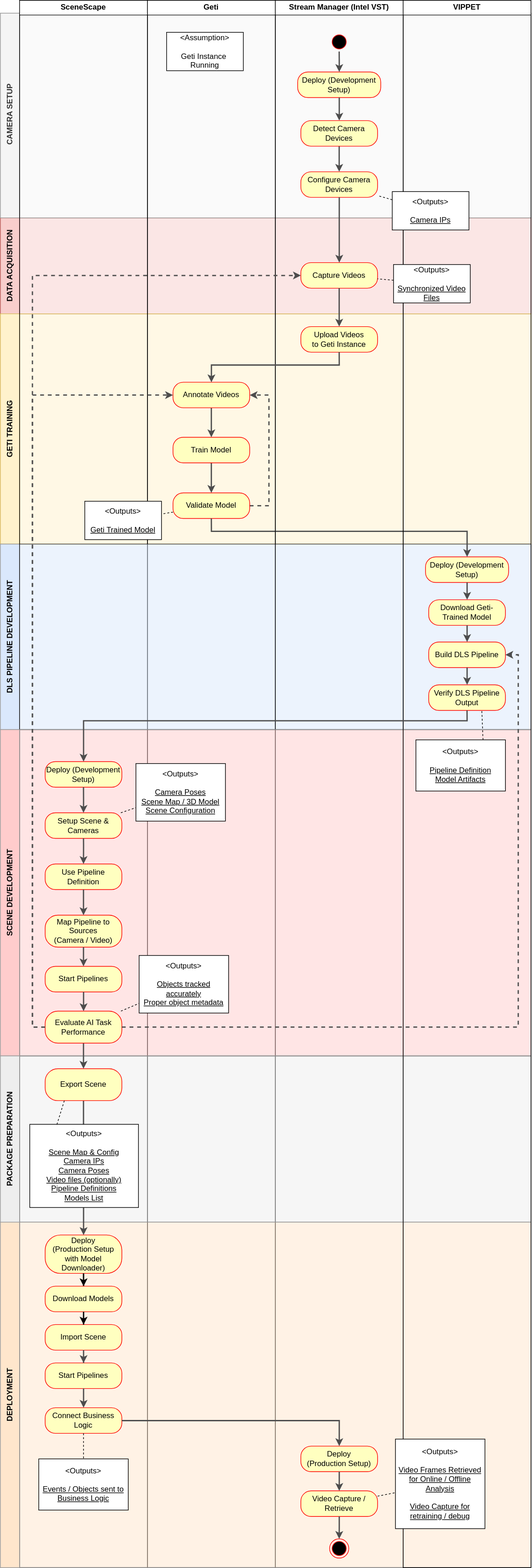
This is docs/design/assets/SceneScape_MLOps-Process_Model.drawio.svg from open-edge-platform/scenescape, a draw.io export, as it was before one commit. Source tidied: cells renumbered, new cells last; positions are measured from the earlier drawing's top-left corner, leaving out a move shared by most shapes.
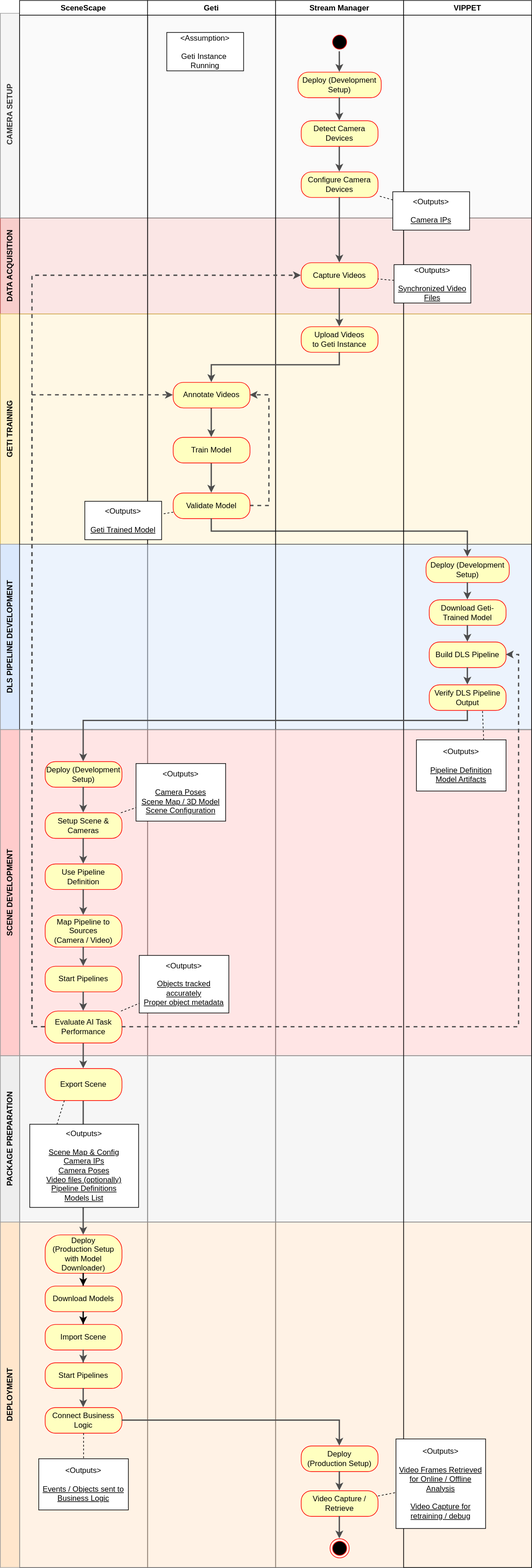
After the change.

Commit message:
Update Stream Manager name in SVGs

Diff of the diagram source:
```diff
@@ -72,7 +72,7 @@
         </Array>
       </mxGeometry>
     </mxCell>
-    <mxCell id="21" value="Stream Manager (Intel VST)" style="swimlane;whiteSpace=wrap;html=1;" parent="1" vertex="1">
+    <mxCell id="21" value="Stream Manager" style="swimlane;whiteSpace=wrap;html=1;" parent="1" vertex="1">
       <mxGeometry x="430" width="200" height="2450" as="geometry" />
     </mxCell>
     <mxCell id="22" style="edgeStyle=orthogonalEdgeStyle;rounded=0;jettySize=auto;html=1;strokeWidth=2;strokeColor=#4D4D4D;" parent="21" edge="1" source="50" target="52">
```
